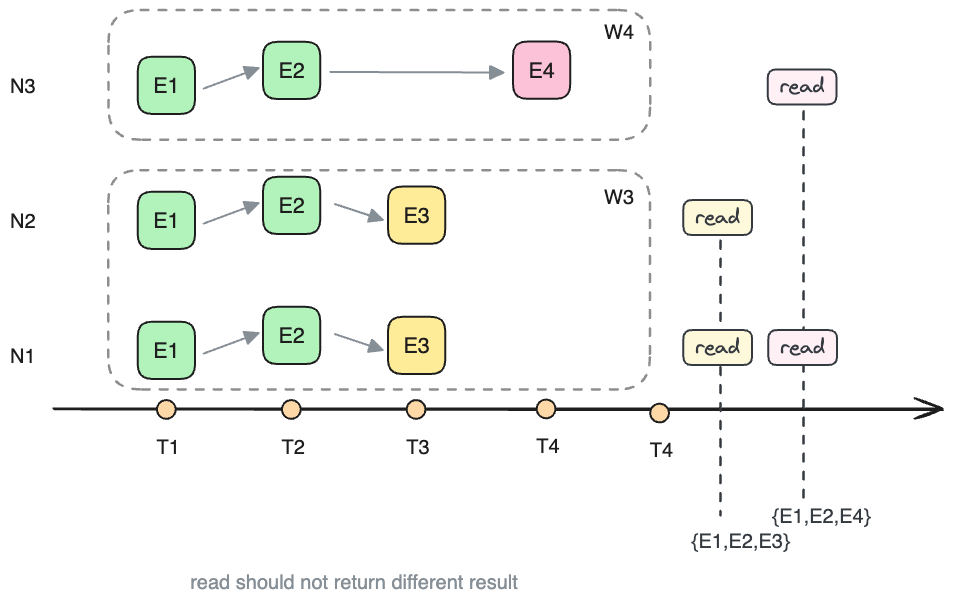
Above: src/list/raxos/history-dirty-write.excalidraw.png in drmingdrmer/consensus-essence (Excalidraw), before the change. Source tidied: one line per element, renumbered; positions are measured from the earlier drawing's top-left corner, leaving out a move shared by most shapes.
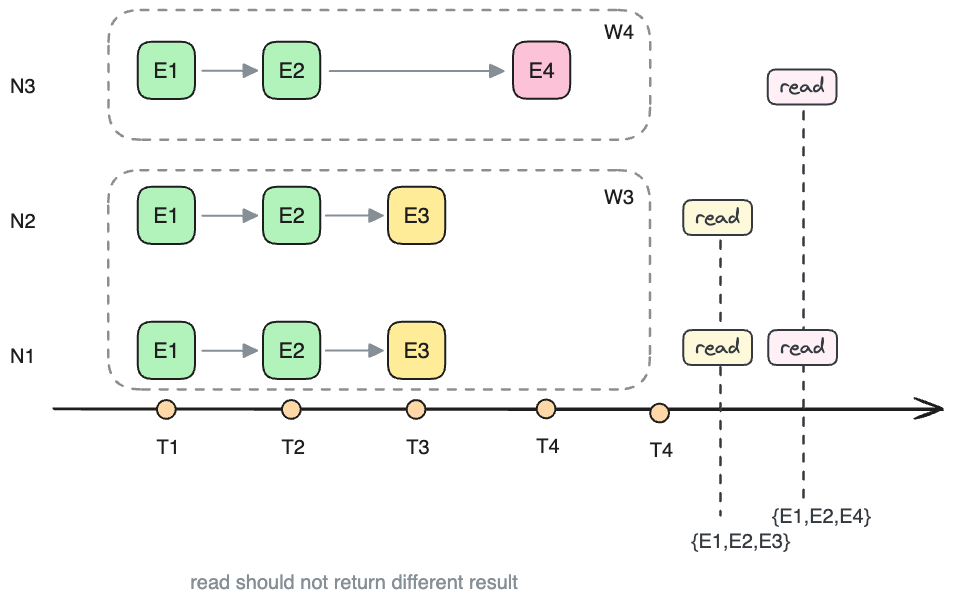
The same diagram one commit later.

The edit, as a diff of the source:
```diff
@@ -1,19 +1,19 @@
 {"id": 0, "type": "rectangle", "strokeColor": "#1e1e1e", "backgroundColor": "#b2f2bb", "fillStyle": "solid", "strokeWidth": 2, "roughness": 0, "round": true, "x": 128, "y": 312, "width": 57, "height": 57}
 {"id": 1, "type": "text", "text": "E1", "strokeColor": "#1e1e1e", "strokeWidth": 2, "roughness": 1, "fontSize": 21.56, "fontFamily": 2, "textAlign": "center", "verticalAlign": "middle", "inside": 0, "x": 143, "y": 328, "width": 26, "height": 25}
-{"id": 2, "type": "rectangle", "strokeColor": "#1e1e1e", "backgroundColor": "#b2f2bb", "fillStyle": "solid", "strokeWidth": 2, "roughness": 0, "round": true, "x": 128, "y": 182, "width": 57, "height": 57}
-{"id": 3, "type": "text", "text": "E1", "strokeColor": "#1e1e1e", "strokeWidth": 2, "roughness": 1, "fontSize": 21.56, "fontFamily": 2, "textAlign": "center", "verticalAlign": "middle", "inside": 2, "x": 143, "y": 198, "width": 26, "height": 25}
-{"id": 4, "type": "rectangle", "strokeColor": "#1e1e1e", "backgroundColor": "#b2f2bb", "fillStyle": "solid", "strokeWidth": 2, "roughness": 0, "round": true, "x": 128, "y": 47, "width": 57, "height": 57}
-{"id": 5, "type": "text", "text": "E1", "strokeColor": "#1e1e1e", "strokeWidth": 2, "roughness": 1, "fontSize": 21.56, "fontFamily": 2, "textAlign": "center", "verticalAlign": "middle", "inside": 4, "x": 143, "y": 63, "width": 26, "height": 25}
+{"id": 55, "type": "rectangle", "strokeColor": "#1e1e1e", "backgroundColor": "#b2f2bb", "fillStyle": "solid", "strokeWidth": 2, "roughness": 0, "round": true, "x": 128, "y": 177, "width": 57, "height": 57}
+{"id": 56, "type": "text", "text": "E1", "strokeColor": "#1e1e1e", "strokeWidth": 2, "roughness": 1, "fontSize": 21.56, "fontFamily": 2, "textAlign": "center", "verticalAlign": "middle", "inside": 55, "x": 143, "y": 193, "width": 26, "height": 25}
+{"id": 57, "type": "rectangle", "strokeColor": "#1e1e1e", "backgroundColor": "#b2f2bb", "fillStyle": "solid", "strokeWidth": 2, "roughness": 0, "round": true, "x": 128, "y": 32, "width": 57, "height": 57}
+{"id": 58, "type": "text", "text": "E1", "strokeColor": "#1e1e1e", "strokeWidth": 2, "roughness": 1, "fontSize": 21.56, "fontFamily": 2, "textAlign": "center", "verticalAlign": "middle", "inside": 57, "x": 143, "y": 48, "width": 26, "height": 25}
-{"id": 6, "type": "rectangle", "strokeColor": "#1e1e1e", "backgroundColor": "#b2f2bb", "fillStyle": "solid", "strokeWidth": 2, "roughness": 0, "round": true, "x": 253, "y": 297, "width": 57, "height": 57}
+{"id": 6, "type": "rectangle", "strokeColor": "#1e1e1e", "backgroundColor": "#b2f2bb", "fillStyle": "solid", "strokeWidth": 2, "roughness": 0, "round": true, "x": 253, "y": 312, "width": 57, "height": 57}
-{"id": 7, "type": "text", "text": "E2", "strokeColor": "#1e1e1e", "strokeWidth": 2, "roughness": 1, "fontSize": 21.56, "fontFamily": 2, "textAlign": "center", "verticalAlign": "middle", "inside": 6, "x": 268, "y": 313, "width": 26, "height": 25}
+{"id": 7, "type": "text", "text": "E2", "strokeColor": "#1e1e1e", "strokeWidth": 2, "roughness": 1, "fontSize": 21.56, "fontFamily": 2, "textAlign": "center", "verticalAlign": "middle", "inside": 6, "x": 268, "y": 328, "width": 26, "height": 25}
-{"id": 8, "type": "rectangle", "strokeColor": "#1e1e1e", "backgroundColor": "#b2f2bb", "fillStyle": "solid", "strokeWidth": 2, "roughness": 0, "round": true, "x": 253, "y": 167, "width": 57, "height": 57}
-{"id": 9, "type": "text", "text": "E2", "strokeColor": "#1e1e1e", "strokeWidth": 2, "roughness": 1, "fontSize": 21.56, "fontFamily": 2, "textAlign": "center", "verticalAlign": "middle", "inside": 8, "x": 268, "y": 183, "width": 26, "height": 25}
-{"id": 10, "type": "rectangle", "strokeColor": "#1e1e1e", "backgroundColor": "#b2f2bb", "fillStyle": "solid", "strokeWidth": 2, "roughness": 0, "round": true, "x": 253, "y": 32, "width": 57, "height": 57}
-{"id": 11, "type": "text", "text": "E2", "strokeColor": "#1e1e1e", "strokeWidth": 2, "roughness": 1, "fontSize": 21.56, "fontFamily": 2, "textAlign": "center", "verticalAlign": "middle", "inside": 10, "x": 268, "y": 48, "width": 26, "height": 25}
+{"id": 59, "type": "rectangle", "strokeColor": "#1e1e1e", "backgroundColor": "#b2f2bb", "fillStyle": "solid", "strokeWidth": 2, "roughness": 0, "round": true, "x": 253, "y": 177, "width": 57, "height": 57}
+{"id": 60, "type": "text", "text": "E2", "strokeColor": "#1e1e1e", "strokeWidth": 2, "roughness": 1, "fontSize": 21.56, "fontFamily": 2, "textAlign": "center", "verticalAlign": "middle", "inside": 59, "x": 268, "y": 193, "width": 26, "height": 25}
+{"id": 61, "type": "rectangle", "strokeColor": "#1e1e1e", "backgroundColor": "#b2f2bb", "fillStyle": "solid", "strokeWidth": 2, "roughness": 0, "round": true, "x": 253, "y": 32, "width": 57, "height": 57}
+{"id": 62, "type": "text", "text": "E2", "strokeColor": "#1e1e1e", "strokeWidth": 2, "roughness": 1, "fontSize": 21.56, "fontFamily": 2, "textAlign": "center", "verticalAlign": "middle", "inside": 61, "x": 268, "y": 48, "width": 26, "height": 25}
-{"id": 12, "type": "rectangle", "strokeColor": "#1e1e1e", "backgroundColor": "#ffec99", "fillStyle": "solid", "strokeWidth": 2, "roughness": 0, "round": true, "x": 378, "y": 307, "width": 57, "height": 57}
+{"id": 12, "type": "rectangle", "strokeColor": "#1e1e1e", "backgroundColor": "#ffec99", "fillStyle": "solid", "strokeWidth": 2, "roughness": 0, "round": true, "x": 378, "y": 312, "width": 57, "height": 57}
-{"id": 13, "type": "text", "text": "E3", "strokeColor": "#1e1e1e", "strokeWidth": 2, "roughness": 1, "fontSize": 21.56, "fontFamily": 2, "textAlign": "center", "verticalAlign": "middle", "inside": 12, "x": 393, "y": 323, "width": 26, "height": 25}
+{"id": 13, "type": "text", "text": "E3", "strokeColor": "#1e1e1e", "strokeWidth": 2, "roughness": 1, "fontSize": 21.56, "fontFamily": 2, "textAlign": "center", "verticalAlign": "middle", "inside": 12, "x": 393, "y": 328, "width": 26, "height": 25}
-{"id": 14, "type": "rectangle", "strokeColor": "#1e1e1e", "backgroundColor": "#ffec99", "fillStyle": "solid", "strokeWidth": 2, "roughness": 0, "round": true, "x": 378, "y": 177, "width": 57, "height": 57}
+{"id": 63, "type": "rectangle", "strokeColor": "#1e1e1e", "backgroundColor": "#ffec99", "fillStyle": "solid", "strokeWidth": 2, "roughness": 0, "round": true, "x": 378, "y": 177, "width": 57, "height": 57}
-{"id": 15, "type": "text", "text": "E3", "strokeColor": "#1e1e1e", "strokeWidth": 2, "roughness": 1, "fontSize": 21.56, "fontFamily": 2, "textAlign": "center", "verticalAlign": "middle", "inside": 14, "x": 393, "y": 193, "width": 26, "height": 25}
+{"id": 15, "type": "text", "text": "E3", "strokeColor": "#1e1e1e", "strokeWidth": 2, "roughness": 1, "fontSize": 21.56, "fontFamily": 2, "textAlign": "center", "verticalAlign": "middle", "inside": 63, "x": 393, "y": 193, "width": 26, "height": 25}
 {"id": 16, "type": "rectangle", "strokeColor": "#1e1e1e", "backgroundColor": "#fcc2d7", "fillStyle": "solid", "strokeWidth": 2, "roughness": 0, "round": true, "x": 503, "y": 32, "width": 57, "height": 57}
 {"id": 17, "type": "text", "text": "E4", "strokeColor": "#1e1e1e", "strokeWidth": 2, "roughness": 1, "fontSize": 21.56, "fontFamily": 2, "textAlign": "center", "verticalAlign": "middle", "inside": 16, "x": 518, "y": 48, "width": 26, "height": 25}
 {"id": 18, "type": "arrow", "strokeColor": "#1e1e1e", "backgroundColor": "#99e9f2", "fillStyle": "solid", "strokeWidth": 2, "roughness": 1, "endArrowhead": "arrow", "round": true, "x": 43, "y": 399, "width": 889, "height": 0, "points": [[0, 0], [889, 0]]}
@@ -25,16 +25,16 @@
 {"id": 24, "type": "text", "text": "T3", "strokeColor": "#1e1e1e", "backgroundColor": "#99e9f2", "fillStyle": "solid", "strokeWidth": 2, "roughness": 0, "fontSize": 20, "fontFamily": 2, "x": 396, "y": 425, "width": 23, "height": 23}
 {"id": 25, "type": "ellipse", "strokeColor": "#1e1e1e", "backgroundColor": "#ffd8a8", "fillStyle": "solid", "strokeWidth": 2, "roughness": 0, "round": true, "x": 527, "y": 390, "width": 19, "height": 19}
 {"id": 26, "type": "text", "text": "T4", "strokeColor": "#1e1e1e", "backgroundColor": "#99e9f2", "fillStyle": "solid", "strokeWidth": 2, "roughness": 0, "fontSize": 20, "fontFamily": 2, "x": 526, "y": 424, "width": 23, "height": 23}
-{"id": 27, "type": "arrow", "strokeColor": "#868e96", "backgroundColor": "#b2f2bb", "fillStyle": "solid", "strokeWidth": 2, "roughness": 0, "endArrowhead": "triangle", "round": true, "from": 0, "to": 6, "x": 193, "y": 344, "width": 55, "height": 21, "points": [[0, 0], [55, -21]]}
+{"id": 27, "type": "arrow", "strokeColor": "#868e96", "backgroundColor": "#b2f2bb", "fillStyle": "solid", "strokeWidth": 2, "roughness": 0, "endArrowhead": "triangle", "round": true, "from": 0, "to": 6, "x": 192, "y": 341, "width": 55, "height": 0, "points": [[0, 0], [55, 0]]}
-{"id": 28, "type": "arrow", "strokeColor": "#868e96", "backgroundColor": "#b2f2bb", "fillStyle": "solid", "strokeWidth": 2, "roughness": 0, "endArrowhead": "triangle", "round": true, "from": 2, "to": 8, "x": 193, "y": 214, "width": 55, "height": 21, "points": [[0, 0], [55, -21]]}
-{"id": 29, "type": "arrow", "strokeColor": "#868e96", "backgroundColor": "#b2f2bb", "fillStyle": "solid", "strokeWidth": 2, "roughness": 0, "endArrowhead": "triangle", "round": true, "from": 4, "to": 10, "x": 193, "y": 79, "width": 55, "height": 21, "points": [[0, 0], [55, -21]]}
+{"id": 64, "type": "arrow", "strokeColor": "#868e96", "backgroundColor": "#b2f2bb", "fillStyle": "solid", "strokeWidth": 2, "roughness": 0, "endArrowhead": "triangle", "round": true, "from": 55, "to": 59, "x": 192, "y": 206, "width": 55, "height": 0, "points": [[0, 0], [55, 0]]}
+{"id": 65, "type": "arrow", "strokeColor": "#868e96", "backgroundColor": "#b2f2bb", "fillStyle": "solid", "strokeWidth": 2, "roughness": 0, "endArrowhead": "triangle", "round": true, "from": 57, "to": 61, "x": 192, "y": 61, "width": 55, "height": 0, "points": [[0, 0], [55, 0]]}
-{"id": 30, "type": "arrow", "strokeColor": "#868e96", "backgroundColor": "#b2f2bb", "fillStyle": "solid", "strokeWidth": 2, "roughness": 0, "endArrowhead": "triangle", "round": true, "from": 6, "to": 12, "x": 325, "y": 324, "width": 48, "height": 16, "points": [[0, 0], [48, 16]]}
+{"id": 30, "type": "arrow", "strokeColor": "#868e96", "backgroundColor": "#b2f2bb", "fillStyle": "solid", "strokeWidth": 2, "roughness": 0, "endArrowhead": "triangle", "round": true, "from": 6, "to": 12, "x": 316, "y": 340, "width": 57, "height": 0, "points": [[0, 0], [57, 0]]}
-{"id": 31, "type": "arrow", "strokeColor": "#868e96", "backgroundColor": "#b2f2bb", "fillStyle": "solid", "strokeWidth": 2, "roughness": 0, "endArrowhead": "triangle", "round": true, "from": 8, "to": 14, "x": 325, "y": 194, "width": 48, "height": 16, "points": [[0, 0], [48, 16]]}
+{"id": 66, "type": "arrow", "strokeColor": "#868e96", "backgroundColor": "#b2f2bb", "fillStyle": "solid", "strokeWidth": 2, "roughness": 0, "endArrowhead": "triangle", "round": true, "from": 59, "to": 63, "x": 316, "y": 205, "width": 57, "height": 0, "points": [[0, 0], [57, 0]]}
 {"id": 32, "type": "text", "text": "N1", "strokeColor": "#1e1e1e", "strokeWidth": 2, "roughness": 1, "fontSize": 20, "fontFamily": 2, "x": 0, "y": 334, "width": 26, "height": 23}
 {"id": 33, "type": "text", "text": "N2", "strokeColor": "#1e1e1e", "strokeWidth": 2, "roughness": 1, "fontSize": 20, "fontFamily": 2, "x": 0, "y": 199, "width": 26, "height": 23}
 {"id": 34, "type": "text", "text": "N3", "strokeColor": "#1e1e1e", "strokeWidth": 2, "roughness": 1, "fontSize": 20, "fontFamily": 2, "x": 0, "y": 64, "width": 26, "height": 23}
 {"id": 35, "type": "text", "text": "read should not return different result", "strokeColor": "#868e96", "backgroundColor": "#eebefa", "fillStyle": "solid", "strokeWidth": 2, "strokeStyle": "dashed", "roughness": 0, "fontSize": 20, "fontFamily": 2, "x": 180, "y": 560, "width": 328, "height": 23}
-{"id": 36, "type": "arrow", "strokeColor": "#868e96", "backgroundColor": "#ffec99", "fillStyle": "solid", "strokeWidth": 2, "roughness": 0, "endArrowhead": "triangle", "round": true, "from": 10, "to": 16, "x": 320, "y": 62, "width": 173, "height": 1, "points": [[0, 0], [173, 1]]}
+{"id": 36, "type": "arrow", "strokeColor": "#868e96", "backgroundColor": "#ffec99", "fillStyle": "solid", "strokeWidth": 2, "roughness": 0, "endArrowhead": "triangle", "round": true, "from": 61, "to": 16, "x": 320, "y": 61, "width": 174, "height": 0, "points": [[0, 0], [174, 0]]}
 {"id": 37, "type": "text", "text": "W4", "strokeColor": "#1e1e1e", "backgroundColor": "#fcc2d7", "fillStyle": "solid", "strokeWidth": 2, "roughness": 0, "fontSize": 20, "fontFamily": 2, "x": 594, "y": 10, "width": 30, "height": 23}
 {"id": 38, "type": "text", "text": "W3", "strokeColor": "#1e1e1e", "backgroundColor": "#fcc2d7", "fillStyle": "solid", "strokeWidth": 2, "roughness": 0, "fontSize": 20, "fontFamily": 2, "x": 594, "y": 175, "width": 30, "height": 23}
 {"id": 39, "type": "rectangle", "strokeColor": "#1e1e1e", "strokeWidth": 2, "strokeStyle": "dashed", "roughness": 0, "opacity": 50, "round": true, "x": 98, "y": 0, "width": 542, "height": 130}
```
